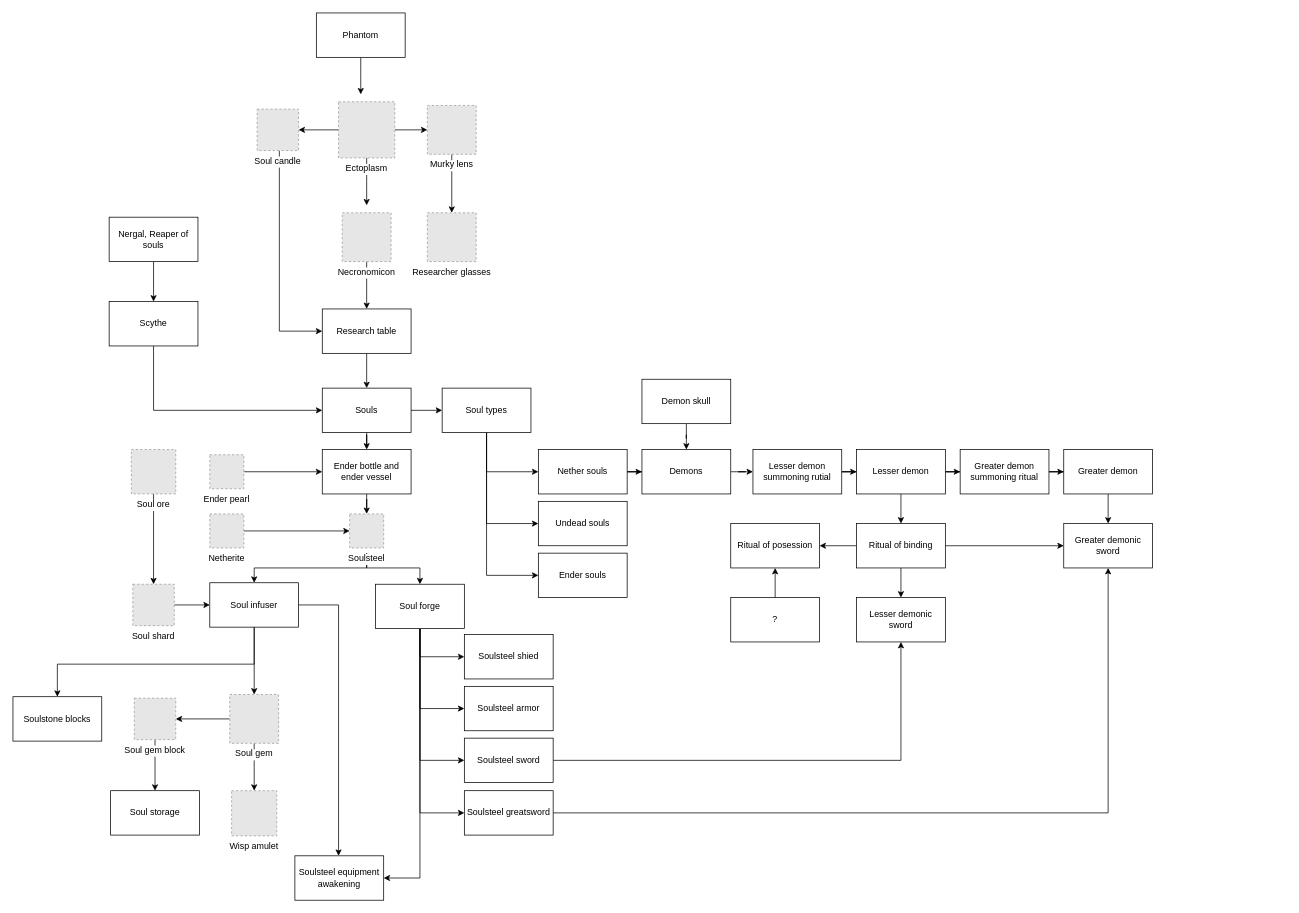
This is page "Soulforge" (13 of 13) of Solaris.drawio from x3rdev/solaris, a draw.io file, before an edit. Source tidied: cells renumbered, new cells numbered last; positions are measured from the earlier drawing's top-left corner, leaving out a move shared by most shapes. Both pictures are drawn from the tidied source at 74%, with x=0, y=0 at pixel (13, 13). Pictures stored in the file or linked from it are replaced by grey dashed boxes.
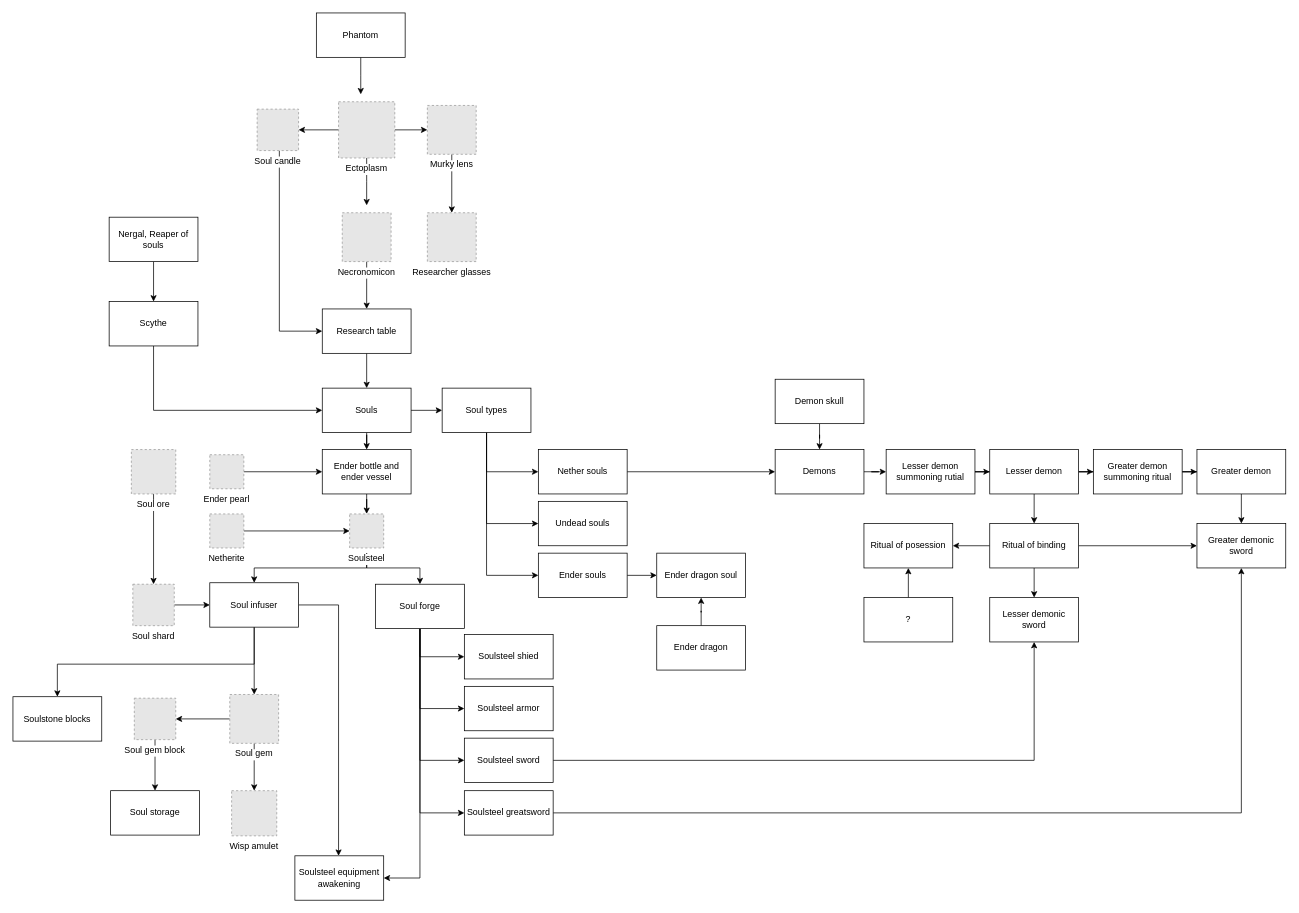
After the change.

Commit message:
soulforge scheme update.drawio

Unchanged cells that the change refers to:
```xml
<mxCell id="45" value="Ender souls" style="rounded=0;whiteSpace=wrap;html=1;" parent="1" vertex="1">
  <mxGeometry x="710" y="730" width="120" height="60" as="geometry" />
</mxCell>
```

Diff of the diagram source:
```diff
@@
+    <mxCell id="92" style="edgeStyle=orthogonalEdgeStyle;rounded=0;jettySize=auto;html=1;" parent="1" edge="1" source="45" target="95">
+      <mxGeometry relative="1" as="geometry" />
+    </mxCell>
@@
     <mxCell id="71" value="Demon skull" style="rounded=0;whiteSpace=wrap;html=1;" parent="1" vertex="1">
-      <mxGeometry x="850" y="495" width="120" height="60" as="geometry" />
+      <mxGeometry x="1030" y="495" width="120" height="60" as="geometry" />
     </mxCell>
@@
     <mxCell id="73" value="Demons" style="rounded=0;whiteSpace=wrap;html=1;" parent="1" vertex="1">
-      <mxGeometry x="850" y="590" width="120" height="60" as="geometry" />
+      <mxGeometry x="1030" y="590" width="120" height="60" as="geometry" />
     </mxCell>
@@
     <mxCell id="75" value="Lesser demon summoning rutial" style="rounded=0;whiteSpace=wrap;html=1;" parent="1" vertex="1">
-      <mxGeometry x="1000" y="590" width="120" height="60" as="geometry" />
+      <mxGeometry x="1180" y="590" width="120" height="60" as="geometry" />
     </mxCell>
@@
     <mxCell id="78" value="Lesser demon" style="rounded=0;whiteSpace=wrap;html=1;" parent="1" vertex="1">
-      <mxGeometry x="1140" y="590" width="120" height="60" as="geometry" />
+      <mxGeometry x="1320" y="590" width="120" height="60" as="geometry" />
     </mxCell>
@@
     <mxCell id="80" value="Greater demon summoning ritual" style="whiteSpace=wrap;html=1;rounded=0;" parent="1" vertex="1">
-      <mxGeometry x="1280" y="590" width="120" height="60" as="geometry" />
+      <mxGeometry x="1460" y="590" width="120" height="60" as="geometry" />
     </mxCell>
@@
     <mxCell id="82" value="Greater demon" style="rounded=0;whiteSpace=wrap;html=1;" parent="1" vertex="1">
-      <mxGeometry x="1420" y="590" width="120" height="60" as="geometry" />
+      <mxGeometry x="1600" y="590" width="120" height="60" as="geometry" />
     </mxCell>
@@
     <mxCell id="86" value="Ritual of binding" style="whiteSpace=wrap;html=1;rounded=0;" parent="1" vertex="1">
-      <mxGeometry x="1140" y="690" width="120" height="60" as="geometry" />
+      <mxGeometry x="1320" y="690" width="120" height="60" as="geometry" />
     </mxCell>
     <mxCell id="87" value="Lesser demonic sword" style="rounded=0;whiteSpace=wrap;html=1;" parent="1" vertex="1">
-      <mxGeometry x="1140" y="790" width="120" height="60" as="geometry" />
+      <mxGeometry x="1320" y="790" width="120" height="60" as="geometry" />
     </mxCell>
     <mxCell id="88" value="Greater demonic sword" style="rounded=0;whiteSpace=wrap;html=1;" parent="1" vertex="1">
-      <mxGeometry x="1420" y="690" width="120" height="60" as="geometry" />
+      <mxGeometry x="1600" y="690" width="120" height="60" as="geometry" />
     </mxCell>
     <mxCell id="89" value="Ritual of posession" style="rounded=0;whiteSpace=wrap;html=1;" parent="1" vertex="1">
-      <mxGeometry x="970" y="690" width="120" height="60" as="geometry" />
+      <mxGeometry x="1150" y="690" width="120" height="60" as="geometry" />
     </mxCell>
@@
     <mxCell id="91" value="?" style="rounded=0;whiteSpace=wrap;html=1;" parent="1" vertex="1">
-      <mxGeometry x="970" y="790" width="120" height="60" as="geometry" />
+      <mxGeometry x="1150" y="790" width="120" height="60" as="geometry" />
     </mxCell>
+    <mxCell id="93" style="edgeStyle=orthogonalEdgeStyle;rounded=0;jettySize=auto;html=1;entryX=0.5;entryY=1;entryDx=0;entryDy=0;" parent="1" edge="1" source="94" target="95">
+      <mxGeometry relative="1" as="geometry" />
+    </mxCell>
+    <mxCell id="94" value="Ender dragon" style="rounded=0;whiteSpace=wrap;html=1;" parent="1" vertex="1">
+      <mxGeometry x="870" y="828" width="120" height="60" as="geometry" />
+    </mxCell>
+    <mxCell id="95" value="Ender dragon soul" style="rounded=0;whiteSpace=wrap;html=1;" parent="1" vertex="1">
+      <mxGeometry x="870" y="730" width="120" height="60" as="geometry" />
+    </mxCell>
```
